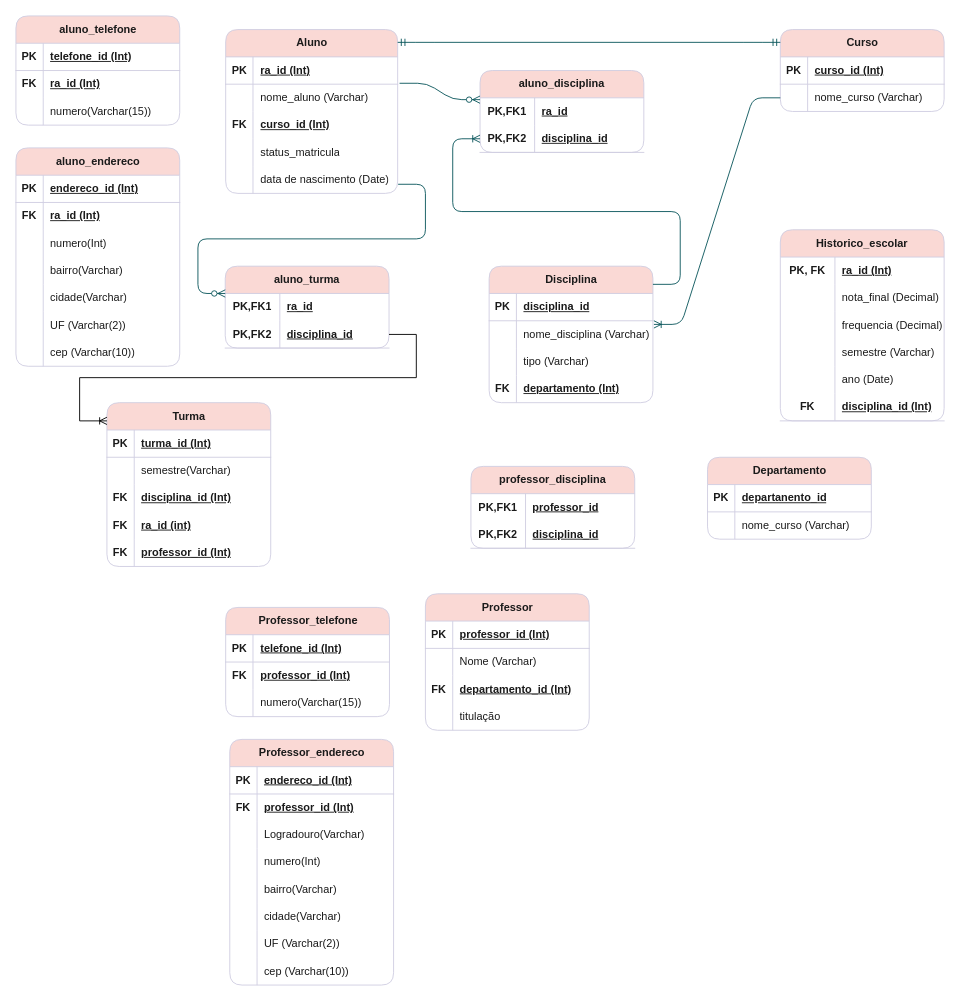
Earlier version of the draw.io diagram faculdadebd.drawio (Laraewellen/Banco-de-dados-teste). Source tidied: cells renumbered, new cells numbered last; positions are measured from the earlier drawing's top-left corner, leaving out a move shared by most shapes. Both pictures are drawn from the tidied source at 91%, with x=0, y=0 at pixel (15, 15).
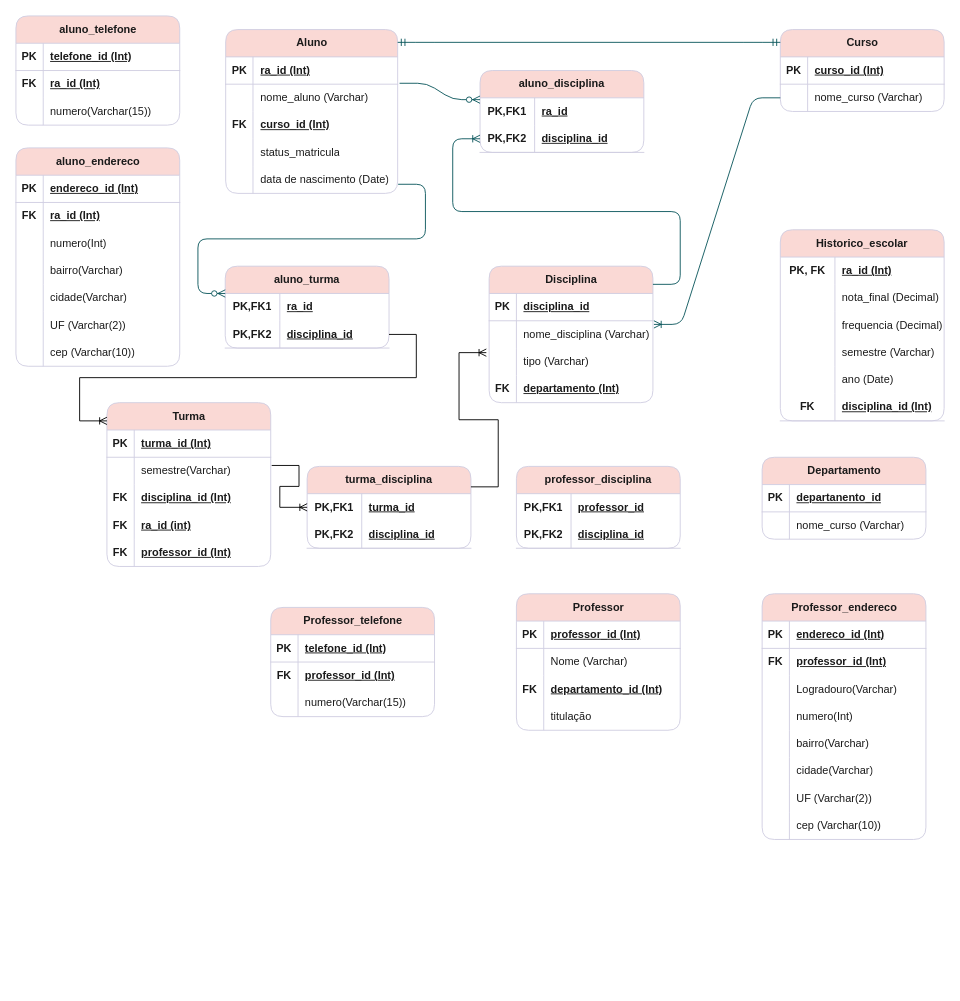
Above is the later version.

Unchanged cells that the change refers to:
```xml
<mxCell id="25" style="shape=tableRow;horizontal=0;startSize=0;swimlaneHead=0;swimlaneBody=0;fillColor=none;points=[[0,0.5],[1,0.5]];portConstraint=eastwest;top=0;left=0;right=0;bottom=0;labelBackgroundColor=none;strokeColor=#D0CEE2;fontColor=#1A1A1A;rounded=1;" parent="18" vertex="1">
  <mxGeometry y="90" width="180" height="30" as="geometry" />
</mxCell>
<mxCell id="81" style="shape=tableRow;horizontal=0;startSize=0;swimlaneHead=0;swimlaneBody=0;fillColor=none;points=[[0,0.5],[1,0.5]];portConstraint=eastwest;top=0;left=0;right=0;bottom=0;labelBackgroundColor=none;strokeColor=#D0CEE2;fontColor=#1A1A1A;rounded=1;" parent="77" vertex="1">
  <mxGeometry y="60" width="180" height="30" as="geometry" />
</mxCell>
```

Change to the diagram source:
```diff
@@
     <mxCell id="57" value="Departamento" style="shape=table;startSize=30;childLayout=tableLayout;rowLines=0;fontStyle=1;align=center;html=1;fillColor=#FAD9D5;strokeColor=#D0CEE2;labelBackgroundColor=none;fontColor=#1A1A1A;rounded=1;" parent="1" vertex="1">
-      <mxGeometry x="760" y="485" width="180" height="90" as="geometry" />
+      <mxGeometry x="820" y="485" width="180" height="90" as="geometry" />
     </mxCell>
@@
     <mxCell id="64" value="Professor" style="shape=table;startSize=30;childLayout=tableLayout;rowLines=0;fontStyle=1;align=center;html=1;fillColor=#FAD9D5;strokeColor=#D0CEE2;labelBackgroundColor=none;fontColor=#1A1A1A;rounded=1;" parent="1" vertex="1">
-      <mxGeometry x="450" y="635" width="180" height="150" as="geometry" />
+      <mxGeometry x="550" y="635" width="180" height="150" as="geometry" />
     </mxCell>
@@
     <mxCell id="93" value="Professor_telefone" style="shape=table;startSize=30;childLayout=tableLayout;rowLines=0;fontStyle=1;align=center;html=1;fillColor=#FAD9D5;strokeColor=#D0CEE2;labelBackgroundColor=none;fontColor=#1A1A1A;rounded=1;" parent="1" vertex="1">
-      <mxGeometry x="230.5" y="650" width="180" height="120" as="geometry" />
+      <mxGeometry x="280" y="650" width="180" height="120" as="geometry" />
     </mxCell>
@@
     <mxCell id="103" value="Professor_endereco" style="shape=table;startSize=30;childLayout=tableLayout;rowLines=0;fontStyle=1;align=center;html=1;fillColor=#FAD9D5;strokeColor=#D0CEE2;labelBackgroundColor=none;fontColor=#1A1A1A;rounded=1;" parent="1" vertex="1">
-      <mxGeometry x="235" y="795" width="180" height="270" as="geometry" />
+      <mxGeometry x="820" y="635" width="180" height="270" as="geometry" />
     </mxCell>
@@
     <mxCell id="160" value="professor_disciplina" style="shape=table;startSize=30;childLayout=tableLayout;rowLines=0;fontStyle=1;align=center;html=1;whiteSpace=wrap;fillColor=#FAD9D5;strokeColor=#D0CEE2;labelBackgroundColor=none;fontColor=#1A1A1A;rounded=1;" parent="1" vertex="1">
-      <mxGeometry x="500" y="495" width="180" height="90" as="geometry" />
+      <mxGeometry x="550" y="495" width="180" height="90" as="geometry" />
     </mxCell>
@@
+    <mxCell id="187" value="turma_disciplina" style="shape=table;startSize=30;childLayout=tableLayout;rowLines=0;fontStyle=1;align=center;html=1;whiteSpace=wrap;fillColor=#FAD9D5;strokeColor=#D0CEE2;labelBackgroundColor=none;fontColor=#1A1A1A;rounded=1;" parent="1" vertex="1">
+      <mxGeometry x="320" y="495" width="180" height="90" as="geometry" />
+    </mxCell>
+    <mxCell id="188" style="shape=tableRow;horizontal=0;startSize=0;swimlaneHead=0;swimlaneBody=0;fillColor=none;points=[[0,0.5],[1,0.5]];portConstraint=eastwest;top=0;left=0;right=0;bottom=0;html=1;labelBackgroundColor=none;strokeColor=#D0CEE2;fontColor=#1A1A1A;rounded=1;" parent="187" vertex="1">
+      <mxGeometry y="30" width="180" height="30" as="geometry" />
+    </mxCell>
+    <mxCell id="189" value="PK,FK1" style="shape=partialRectangle;fillColor=none;top=0;left=0;bottom=0;right=0;fontStyle=1;overflow=hidden;html=1;whiteSpace=wrap;labelBackgroundColor=none;strokeColor=#D0CEE2;fontColor=#1A1A1A;rounded=1;" parent="188" vertex="1">
+      <mxGeometry width="60" height="30" as="geometry" />
+    </mxCell>
+    <mxCell id="190" value="turma_id" style="shape=partialRectangle;fillColor=none;top=0;left=0;bottom=0;right=0;align=left;spacingLeft=6;fontStyle=5;overflow=hidden;html=1;whiteSpace=wrap;labelBackgroundColor=none;strokeColor=#D0CEE2;fontColor=#1A1A1A;rounded=1;" parent="188" vertex="1">
+      <mxGeometry x="60" width="120" height="30" as="geometry" />
+    </mxCell>
+    <mxCell id="191" style="shape=tableRow;horizontal=0;startSize=0;swimlaneHead=0;swimlaneBody=0;fillColor=none;top=0;left=0;right=0;bottom=1;html=1;labelBackgroundColor=none;strokeColor=#D0CEE2;fontColor=#1A1A1A;rounded=1;" parent="187" vertex="1">
+      <mxGeometry y="60" width="180" height="30" as="geometry" />
+    </mxCell>
+    <mxCell id="192" value="PK,FK2" style="shape=partialRectangle;fillColor=none;top=0;left=0;bottom=0;right=0;fontStyle=1;overflow=hidden;html=1;whiteSpace=wrap;labelBackgroundColor=none;strokeColor=#D0CEE2;fontColor=#1A1A1A;rounded=1;" parent="191" vertex="1">
+      <mxGeometry width="60" height="30" as="geometry" />
+    </mxCell>
+    <mxCell id="193" value="disciplina_id" style="shape=partialRectangle;fillColor=none;top=0;left=0;bottom=0;right=0;align=left;spacingLeft=6;fontStyle=5;overflow=hidden;html=1;whiteSpace=wrap;labelBackgroundColor=none;strokeColor=#D0CEE2;fontColor=#1A1A1A;rounded=1;" parent="191" vertex="1">
+      <mxGeometry x="60" width="120" height="30" as="geometry" />
+    </mxCell>
+    <mxCell id="194" style="edgeStyle=entityRelationEdgeStyle;fontSize=12;html=1;endArrow=ERoneToMany;rounded=0;exitX=1.006;exitY=0.3;exitDx=0;exitDy=0;exitPerimeter=0;entryX=0;entryY=0.5;entryDx=0;entryDy=0;" parent="1" edge="1" source="81" target="188">
+      <mxGeometry relative="1" as="geometry" />
+    </mxCell>
+    <mxCell id="195" style="edgeStyle=entityRelationEdgeStyle;fontSize=12;html=1;endArrow=ERoneToMany;rounded=0;exitX=1;exitY=0.25;exitDx=0;exitDy=0;entryX=-0.017;entryY=0.167;entryDx=0;entryDy=0;entryPerimeter=0;" parent="1" edge="1" source="187" target="25">
+      <mxGeometry relative="1" as="geometry" />
+    </mxCell>
```
